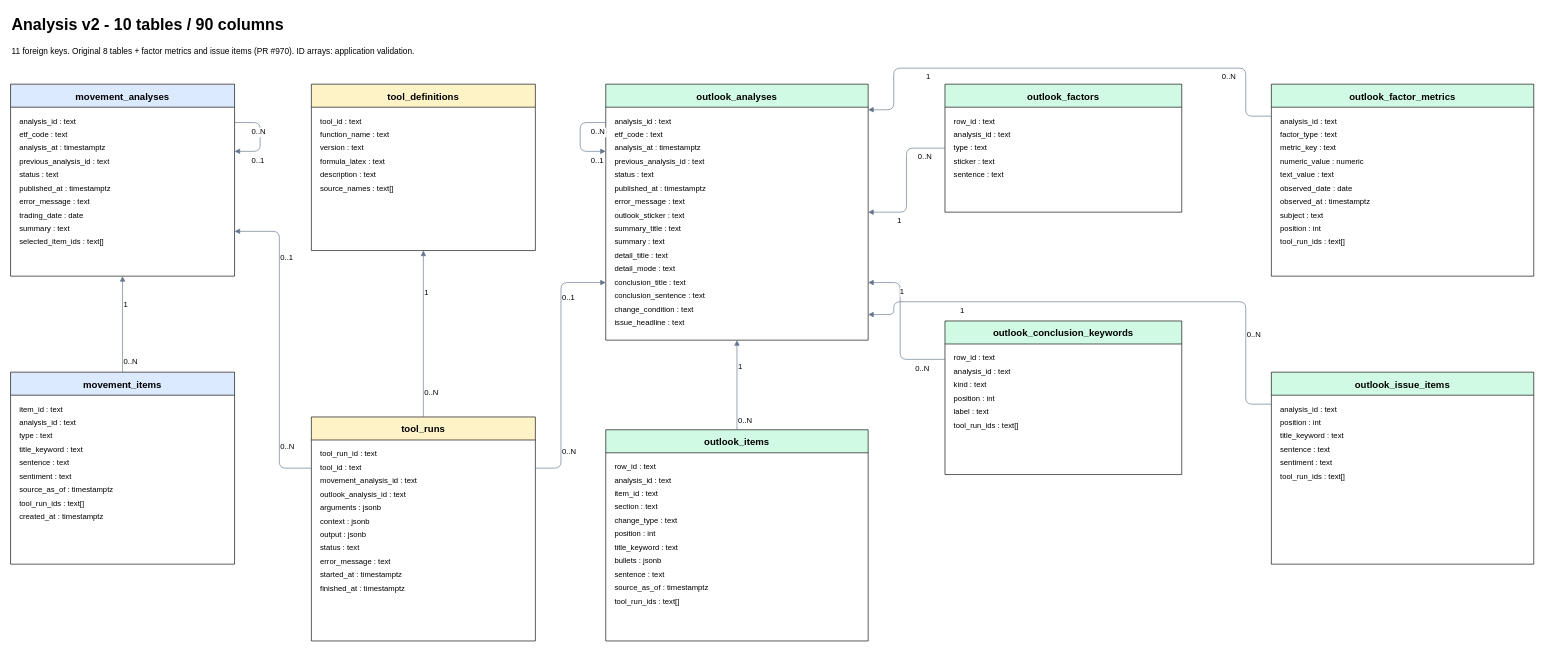
This is docs/data-model/domains/analysis-v2/erd.drawio from alphaeveryday/edge, a draw.io file, before an edit. Source tidied: cells renumbered, new cells numbered last; positions are measured from the earlier drawing's top-left corner, leaving out a move shared by most shapes. Both pictures are drawn from the tidied source at 64%, with x=0, y=0 at pixel (10, 10).
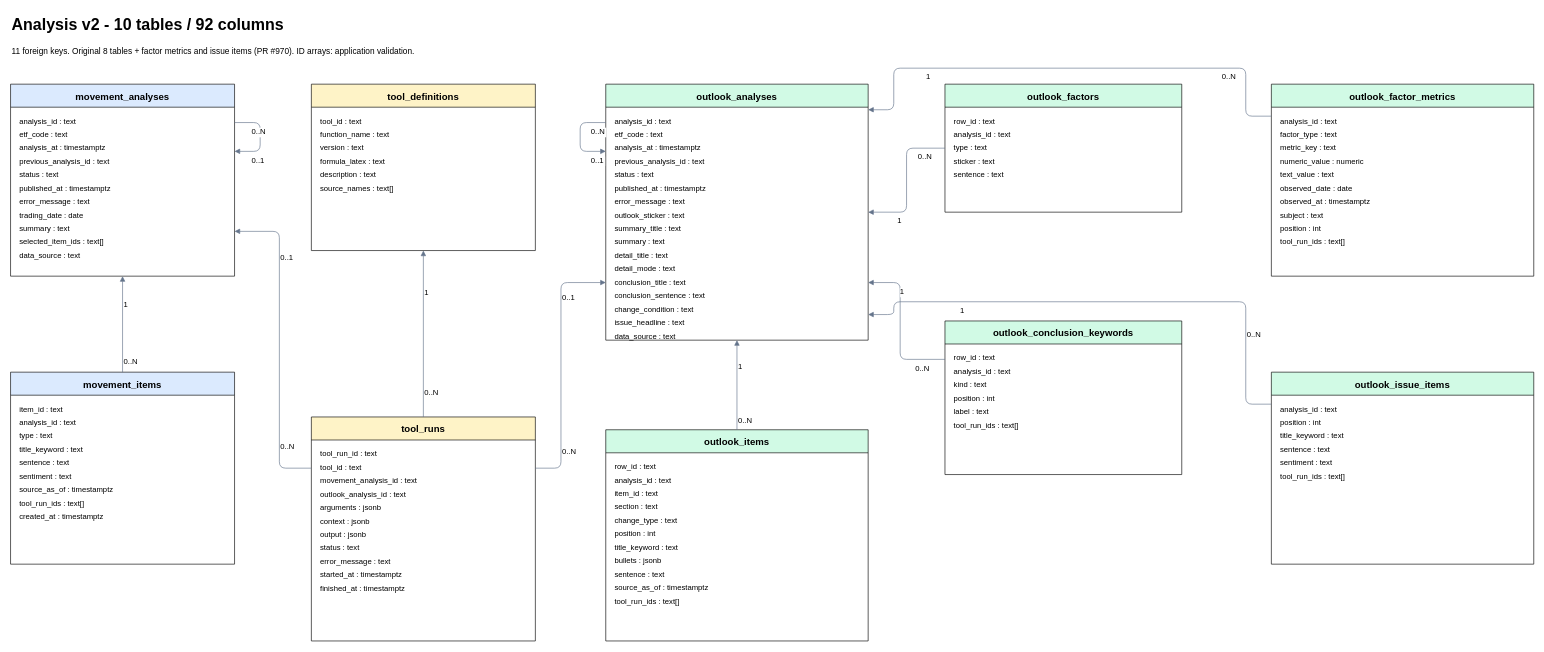
Above is the later version.

Commit message (it also covers changes not shown here):
docs(analysis-engine): 분석 출처를 저장 ERD에 반영

Unchanged cells that the change refers to:
```xml
<mxCell id="4" value="movement_analyses" style="swimlane;html=0;startSize=36;fillColor=#dbeafe;fontSize=15;" parent="1" vertex="1">
  <mxGeometry y="115" width="350" height="300" as="geometry" />
</mxCell>
<mxCell id="25" value="outlook_analyses" style="swimlane;html=0;startSize=36;fillColor=#d1fae5;fontSize=15;" parent="1" vertex="1">
  <mxGeometry x="930" y="115" width="410" height="400" as="geometry" />
</mxCell>
```

Change to the diagram source:
```diff
@@
-    <mxCell id="2" value="Analysis v2 - 10 tables / 90 columns" style="text;html=0;fontSize=25;fontStyle=1;align=left;" parent="1" vertex="1">
+    <mxCell id="2" value="Analysis v2 - 10 tables / 92 columns" style="text;html=0;fontSize=25;fontStyle=1;align=left;" parent="1" vertex="1">
       <mxGeometry width="1000" height="40" as="geometry" />
     </mxCell>
@@
+    <mxCell id="137" value="data_source : text" style="text;html=0;align=left;fontSize=12;" parent="4" vertex="1">
+      <mxGeometry x="12" y="254" width="330" height="21" as="geometry" />
+    </mxCell>
@@
+    <mxCell id="138" value="data_source : text" style="text;html=0;align=left;fontSize=12;" parent="25" vertex="1">
+      <mxGeometry x="12" y="380" width="390" height="21" as="geometry" />
+    </mxCell>
```
